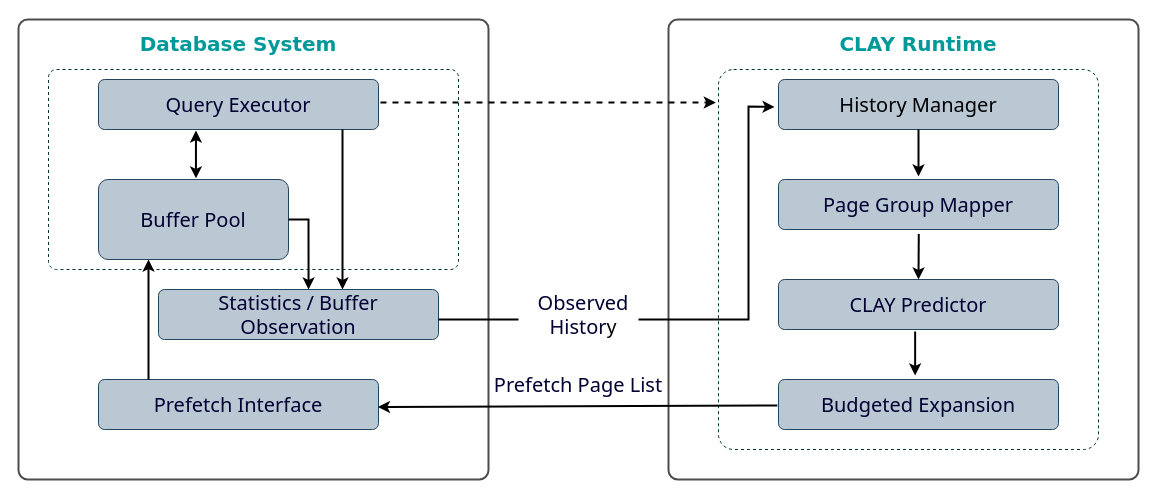
zybzyb-123/ZYB keeps this draw.io diagram as 系统框图.drawio. Above is the earlier version. Source tidied: cells renumbered, new cells numbered last; positions are measured from the earlier drawing's top-left corner, leaving out a move shared by most shapes. Both pictures are drawn from the tidied source at 100%, with x=0, y=0 at pixel (18, 19).
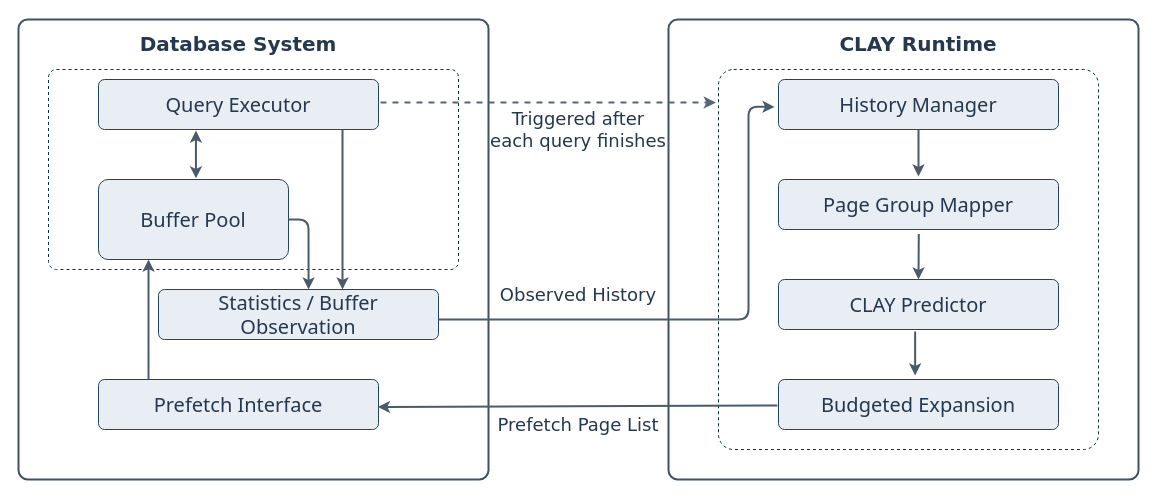
Above is the later version.

Commit message:
更新系统框图.drawio

What changed in the source:
```diff
@@
-    <mxCell id="2" style="rounded=1;whiteSpace=wrap;html=1;strokeColor=#4D4D4D;align=center;verticalAlign=middle;fontFamily=Helvetica;fontSize=12;fontColor=default;fillColor=default;arcSize=2;strokeWidth=2;" parent="1" vertex="1">
+    <mxCell id="2" style="rounded=1;whiteSpace=wrap;html=1;strokeColor=#3E5167;align=center;verticalAlign=middle;fontFamily=Helvetica;fontSize=12;fontColor=#24384F;fillColor=default;arcSize=2;strokeWidth=2;" parent="1" vertex="1">
       <mxGeometry x="650" width="470" height="460" as="geometry" />
     </mxCell>
-    <mxCell id="3" style="rounded=1;whiteSpace=wrap;html=1;strokeColor=#003333;align=center;verticalAlign=middle;fontFamily=Helvetica;fontSize=12;fontColor=default;fillColor=default;arcSize=4;dashed=1;" parent="1" vertex="1">
+    <mxCell id="3" style="rounded=1;whiteSpace=wrap;html=1;strokeColor=#003333;align=center;verticalAlign=middle;fontFamily=Helvetica;fontSize=12;fontColor=#24384F;fillColor=default;arcSize=4;dashed=1;" parent="1" vertex="1">
       <mxGeometry x="700" y="50" width="380" height="380" as="geometry" />
     </mxCell>
-    <mxCell id="4" style="rounded=1;whiteSpace=wrap;html=1;strokeColor=#4D4D4D;align=center;verticalAlign=middle;fontFamily=Helvetica;fontSize=12;fontColor=default;fillColor=default;arcSize=2;strokeWidth=2;" parent="1" vertex="1">
+    <mxCell id="4" style="rounded=1;whiteSpace=wrap;html=1;strokeColor=#3E5167;align=center;verticalAlign=middle;fontFamily=Helvetica;fontSize=12;fontColor=#24384F;fillColor=default;arcSize=2;strokeWidth=2;" parent="1" vertex="1">
       <mxGeometry width="470" height="460" as="geometry" />
     </mxCell>
-    <mxCell id="5" style="rounded=1;whiteSpace=wrap;html=1;strokeColor=#003333;align=center;verticalAlign=middle;fontFamily=Helvetica;fontSize=12;fontColor=default;fillColor=default;arcSize=4;dashed=1;" parent="1" vertex="1">
+    <mxCell id="5" style="rounded=1;whiteSpace=wrap;html=1;strokeColor=#003333;align=center;verticalAlign=middle;fontFamily=Helvetica;fontSize=12;fontColor=#24384F;fillColor=default;arcSize=4;dashed=1;" parent="1" vertex="1">
       <mxGeometry x="30" y="50" width="410" height="200" as="geometry" />
     </mxCell>
-    <mxCell id="6" value="&lt;p&gt;&lt;font style=&quot;font-size: 20px; color: rgb(0, 0, 51);&quot;&gt;Query Executor&lt;/font&gt;&lt;/p&gt;" style="rounded=1;whiteSpace=wrap;html=1;strokeColor=#23445d;align=center;verticalAlign=middle;fontFamily=Tahoma;fontSize=12;fillColor=#bac8d3;arcSize=12;" parent="1" vertex="1">
+    <mxCell id="6" value="&lt;p&gt;&lt;font style=&quot;font-size: 20px; color: rgb(36, 56, 79);&quot;&gt;Query Executor&lt;/font&gt;&lt;/p&gt;" style="rounded=1;whiteSpace=wrap;html=1;strokeColor=#23445d;align=center;verticalAlign=middle;fontFamily=Tahoma;fontSize=12;fillColor=#E9EEF4;arcSize=12;fontColor=#24384F;" parent="1" vertex="1">
       <mxGeometry x="80" y="60" width="280" height="50" as="geometry" />
     </mxCell>
-    <mxCell id="7" value="&lt;font style=&quot;font-size: 20px; color: rgb(0, 0, 51);&quot;&gt;Buffer Pool&lt;/font&gt;" style="rounded=1;whiteSpace=wrap;html=1;strokeColor=#23445d;align=center;verticalAlign=middle;fontFamily=Tahoma;fontSize=12;fillColor=#bac8d3;arcSize=12;" parent="1" vertex="1">
+    <mxCell id="7" value="&lt;font style=&quot;font-size: 20px; color: rgb(36, 56, 79);&quot;&gt;Buffer Pool&lt;/font&gt;" style="rounded=1;whiteSpace=wrap;html=1;strokeColor=#23445d;align=center;verticalAlign=middle;fontFamily=Tahoma;fontSize=12;fillColor=#E9EEF4;arcSize=12;fontColor=#24384F;" parent="1" vertex="1">
       <mxGeometry x="80" y="160" width="190" height="80" as="geometry" />
     </mxCell>
-    <mxCell id="8" value="&lt;font style=&quot;font-size: 20px; color: rgb(0, 0, 51);&quot;&gt;Statistics / Buffer Observation&lt;/font&gt;" style="rounded=1;whiteSpace=wrap;html=1;strokeColor=#23445d;align=center;verticalAlign=middle;fontFamily=Tahoma;fontSize=12;fillColor=#bac8d3;arcSize=12;" parent="1" vertex="1">
+    <mxCell id="8" value="&lt;font style=&quot;font-size: 20px; color: rgb(36, 56, 79);&quot;&gt;Statistics / Buffer Observation&lt;/font&gt;" style="rounded=1;whiteSpace=wrap;html=1;strokeColor=#23445d;align=center;verticalAlign=middle;fontFamily=Tahoma;fontSize=12;fillColor=#E9EEF4;arcSize=12;fontColor=#24384F;" parent="1" vertex="1">
       <mxGeometry x="140" y="270" width="280" height="50" as="geometry" />
     </mxCell>
-    <mxCell id="9" value="&lt;font style=&quot;font-size: 20px; color: rgb(0, 0, 51);&quot;&gt;Prefetch Interface&lt;/font&gt;" style="rounded=1;whiteSpace=wrap;html=1;strokeColor=#23445d;align=center;verticalAlign=middle;fontFamily=Tahoma;fontSize=12;fillColor=#bac8d3;arcSize=12;" parent="1" vertex="1">
+    <mxCell id="9" value="&lt;font style=&quot;font-size: 20px; color: rgb(36, 56, 79);&quot;&gt;Prefetch Interface&lt;/font&gt;" style="rounded=1;whiteSpace=wrap;html=1;strokeColor=#23445d;align=center;verticalAlign=middle;fontFamily=Tahoma;fontSize=12;fillColor=#E9EEF4;arcSize=12;fontColor=#24384F;" parent="1" vertex="1">
       <mxGeometry x="80" y="360" width="280" height="50" as="geometry" />
     </mxCell>
-    <mxCell id="10" value="&lt;font style=&quot;font-size: 20px;&quot;&gt;History Manager&lt;/font&gt;" style="rounded=1;whiteSpace=wrap;html=1;strokeColor=#23445d;align=center;verticalAlign=middle;fontFamily=Tahoma;fontSize=12;fillColor=#bac8d3;arcSize=12;" parent="1" vertex="1">
+    <mxCell id="10" value="&lt;font style=&quot;font-size: 20px; color: rgb(36, 56, 79);&quot;&gt;History Manager&lt;/font&gt;" style="rounded=1;whiteSpace=wrap;html=1;strokeColor=#23445d;align=center;verticalAlign=middle;fontFamily=Tahoma;fontSize=12;fillColor=#E9EEF4;arcSize=12;fontColor=#24384F;" parent="1" vertex="1">
       <mxGeometry x="760" y="60" width="280" height="50" as="geometry" />
     </mxCell>
-    <mxCell id="11" value="&lt;font style=&quot;font-size: 20px; color: rgb(0, 0, 51);&quot;&gt;Page Group Mapper&lt;/font&gt;" style="rounded=1;whiteSpace=wrap;html=1;strokeColor=#23445d;align=center;verticalAlign=middle;fontFamily=Tahoma;fontSize=12;fillColor=#bac8d3;arcSize=12;" parent="1" vertex="1">
+    <mxCell id="11" value="&lt;font style=&quot;font-size: 20px; color: rgb(36, 56, 79);&quot;&gt;Page Group Mapper&lt;/font&gt;" style="rounded=1;whiteSpace=wrap;html=1;strokeColor=#23445d;align=center;verticalAlign=middle;fontFamily=Tahoma;fontSize=12;fillColor=#E9EEF4;arcSize=12;fontColor=#24384F;" parent="1" vertex="1">
       <mxGeometry x="760" y="160" width="280" height="50" as="geometry" />
     </mxCell>
-    <mxCell id="12" value="&lt;font style=&quot;font-size: 20px; color: rgb(0, 0, 51);&quot;&gt;CLAY Predictor&lt;/font&gt;" style="rounded=1;whiteSpace=wrap;html=1;strokeColor=#23445d;align=center;verticalAlign=middle;fontFamily=Tahoma;fontSize=12;fillColor=#bac8d3;arcSize=12;" parent="1" vertex="1">
+    <mxCell id="12" value="&lt;font style=&quot;font-size: 20px; color: rgb(36, 56, 79);&quot;&gt;CLAY Predictor&lt;/font&gt;" style="rounded=1;whiteSpace=wrap;html=1;strokeColor=#23445d;align=center;verticalAlign=middle;fontFamily=Tahoma;fontSize=12;fillColor=#E9EEF4;arcSize=12;fontColor=#24384F;" parent="1" vertex="1">
       <mxGeometry x="760" y="260" width="280" height="50" as="geometry" />
     </mxCell>
-    <mxCell id="13" value="&lt;font style=&quot;font-size: 20px; color: rgb(0, 0, 51);&quot;&gt;Budgeted Expansion&lt;/font&gt;" style="rounded=1;whiteSpace=wrap;html=1;strokeColor=#23445d;align=center;verticalAlign=middle;fontFamily=Tahoma;fontSize=12;fillColor=#bac8d3;arcSize=12;" parent="1" vertex="1">
+    <mxCell id="13" value="&lt;font style=&quot;font-size: 20px; color: rgb(36, 56, 79);&quot;&gt;Budgeted Expansion&lt;/font&gt;" style="rounded=1;whiteSpace=wrap;html=1;strokeColor=#23445d;align=center;verticalAlign=middle;fontFamily=Tahoma;fontSize=12;fillColor=#E9EEF4;arcSize=12;fontColor=#24384F;" parent="1" vertex="1">
       <mxGeometry x="760" y="360" width="280" height="50" as="geometry" />
     </mxCell>
-    <mxCell id="14" value="&lt;h2&gt;&lt;span style=&quot;font-size: 20px;&quot;&gt;&lt;font style=&quot;color: rgb(0, 153, 153);&quot; face=&quot;Verdana&quot;&gt;Database System&lt;/font&gt;&lt;/span&gt;&lt;/h2&gt;" style="text;html=1;whiteSpace=wrap;strokeColor=none;fillColor=none;align=center;verticalAlign=middle;rounded=0;fontFamily=Helvetica;fontSize=12;fontColor=default;" parent="1" vertex="1">
+    <mxCell id="14" value="&lt;h2&gt;&lt;span style=&quot;font-size: 20px;&quot;&gt;&lt;font style=&quot;&quot; face=&quot;Verdana&quot;&gt;Database System&lt;/font&gt;&lt;/span&gt;&lt;/h2&gt;" style="text;html=1;whiteSpace=wrap;strokeColor=none;fillColor=none;align=center;verticalAlign=middle;rounded=1;fontFamily=Helvetica;fontSize=12;fontColor=#24384F;" parent="1" vertex="1">
       <mxGeometry x="120" y="10" width="200" height="30" as="geometry" />
     </mxCell>
-    <mxCell id="15" value="&lt;h2&gt;&lt;font style=&quot;font-size: 20px; color: rgb(0, 153, 153);&quot; face=&quot;Verdana&quot;&gt;CLAY Runtime&lt;/font&gt;&lt;/h2&gt;" style="text;html=1;whiteSpace=wrap;strokeColor=none;fillColor=none;align=center;verticalAlign=middle;rounded=0;fontFamily=Helvetica;fontSize=12;fontColor=default;" parent="1" vertex="1">
+    <mxCell id="15" value="&lt;h2&gt;&lt;font style=&quot;font-size: 20px;&quot; face=&quot;Verdana&quot;&gt;CLAY Runtime&lt;/font&gt;&lt;/h2&gt;" style="text;html=1;whiteSpace=wrap;strokeColor=none;fillColor=none;align=center;verticalAlign=middle;rounded=1;fontFamily=Helvetica;fontSize=12;fontColor=#24384F;" parent="1" vertex="1">
       <mxGeometry x="800" y="10" width="200" height="30" as="geometry" />
     </mxCell>
-    <mxCell id="16" style="endArrow=classic;startArrow=classic;html=1;rounded=0;fontFamily=Helvetica;fontSize=12;fontColor=default;strokeWidth=2;exitX=0.513;exitY=-0.014;exitDx=0;exitDy=0;exitPerimeter=0;entryX=0.348;entryY=1.02;entryDx=0;entryDy=0;entryPerimeter=0;" parent="1" edge="1" source="7" target="6">
+    <mxCell id="16" style="endArrow=classic;startArrow=classic;html=1;rounded=1;fontFamily=Helvetica;fontSize=12;fontColor=#24384F;strokeWidth=2;exitX=0.513;exitY=-0.014;exitDx=0;exitDy=0;exitPerimeter=0;entryX=0.348;entryY=1.02;entryDx=0;entryDy=0;entryPerimeter=0;strokeColor=#495B6C;" parent="1" edge="1" source="7" target="6">
       <mxGeometry relative="1" as="geometry" />
     </mxCell>
-    <mxCell id="17" style="endArrow=classic;html=1;rounded=0;fontFamily=Helvetica;fontSize=12;fontColor=default;strokeWidth=2;" parent="1" edge="1">
+    <mxCell id="17" style="endArrow=classic;html=1;rounded=1;fontFamily=Helvetica;fontSize=12;fontColor=#24384F;strokeWidth=2;strokeColor=#495B6C;" parent="1" edge="1">
       <mxGeometry relative="1" as="geometry">
         <mxPoint x="324" y="110" as="sourcePoint" />
         <mxPoint x="324" y="270" as="targetPoint" />
       </mxGeometry>
     </mxCell>
-    <mxCell id="18" style="endArrow=classic;html=1;rounded=0;fontFamily=Helvetica;fontSize=12;fontColor=default;entryX=0.536;entryY=0;entryDx=0;entryDy=0;entryPerimeter=0;strokeWidth=2;" parent="1" edge="1" target="8">
+    <mxCell id="18" style="endArrow=classic;html=1;rounded=1;fontFamily=Helvetica;fontSize=12;fontColor=#24384F;entryX=0.536;entryY=0;entryDx=0;entryDy=0;entryPerimeter=0;strokeWidth=2;strokeColor=#495B6C;" parent="1" edge="1" target="8">
       <mxGeometry relative="1" as="geometry">
         <mxPoint x="270" y="200" as="sourcePoint" />
         <Array as="points">
           <mxPoint x="290" y="200" />
         </Array>
       </mxGeometry>
     </mxCell>
-    <mxCell id="19" style="endArrow=classic;html=1;rounded=0;fontFamily=Helvetica;fontSize=12;fontColor=default;strokeWidth=2;" parent="1" edge="1">
+    <mxCell id="19" style="endArrow=classic;html=1;rounded=1;fontFamily=Helvetica;fontSize=12;fontColor=#24384F;strokeWidth=2;strokeColor=#495B6C;" parent="1" edge="1">
       <mxGeometry relative="1" as="geometry">
         <mxPoint x="130" y="360" as="sourcePoint" />
         <mxPoint x="130" y="240" as="targetPoint" />
       </mxGeometry>
     </mxCell>
-    <mxCell id="20" style="endArrow=classic;html=1;rounded=0;fontFamily=Helvetica;fontSize=12;fontColor=default;entryX=-0.014;entryY=0.549;entryDx=0;entryDy=0;entryPerimeter=0;strokeWidth=2;" parent="1" edge="1" target="10">
+    <mxCell id="20" style="endArrow=classic;html=1;rounded=1;fontFamily=Helvetica;fontSize=12;fontColor=#24384F;entryX=-0.014;entryY=0.549;entryDx=0;entryDy=0;entryPerimeter=0;strokeWidth=2;strokeColor=#495B6C;" parent="1" edge="1" target="10">
       <mxGeometry relative="1" as="geometry">
         <mxPoint x="420" y="300" as="sourcePoint" />
         <Array as="points">
           <mxPoint x="580" y="300" />
           <mxPoint x="670" y="300" />
           <mxPoint x="730" y="300" />
           <mxPoint x="730" y="200" />
           <mxPoint x="730" y="87" />
         </Array>
       </mxGeometry>
     </mxCell>
-    <mxCell id="21" style="rounded=0;whiteSpace=wrap;html=1;strokeColor=none;align=center;verticalAlign=middle;fontFamily=Helvetica;fontSize=12;fontColor=default;fillColor=default;" parent="1" vertex="1">
-      <mxGeometry x="500" y="260" width="120" height="60" as="geometry" />
-    </mxCell>
-    <mxCell id="22" value="&lt;p&gt;&lt;font style=&quot;font-size: 20px;&quot;&gt;&lt;font style=&quot;color: rgb(0, 0, 51);&quot; face=&quot;Tahoma&quot;&gt;Observed Histor&lt;/font&gt;y&lt;/font&gt;&lt;/p&gt;" style="text;html=1;whiteSpace=wrap;strokeColor=none;fillColor=none;align=center;verticalAlign=middle;rounded=0;fontFamily=Helvetica;fontSize=12;fontColor=default;" parent="1" vertex="1">
-      <mxGeometry x="520" y="260" width="90" height="70" as="geometry" />
+    <mxCell id="22" value="&lt;p&gt;&lt;font style=&quot;font-size: 18px; color: rgb(36, 56, 79);&quot; face=&quot;Verdana&quot;&gt;&lt;font style=&quot;&quot;&gt;Observed Histor&lt;/font&gt;y&lt;/font&gt;&lt;/p&gt;" style="text;html=1;whiteSpace=wrap;strokeColor=none;fillColor=none;align=center;verticalAlign=middle;rounded=1;fontFamily=Helvetica;fontSize=12;fontColor=#24384F;" parent="1" vertex="1">
+      <mxGeometry x="470" y="240" width="180" height="70" as="geometry" />
     </mxCell>
-    <mxCell id="23" style="endArrow=classic;html=1;rounded=0;fontFamily=Helvetica;fontSize=12;fontColor=default;strokeWidth=2;" parent="1" edge="1">
+    <mxCell id="23" style="endArrow=classic;html=1;rounded=1;fontFamily=Helvetica;fontSize=12;fontColor=#24384F;strokeWidth=2;strokeColor=#495B6C;" parent="1" edge="1">
       <mxGeometry relative="1" as="geometry">
         <mxPoint x="900" y="110" as="sourcePoint" />
         <mxPoint x="900" y="157" as="targetPoint" />
       </mxGeometry>
     </mxCell>
-    <mxCell id="24" style="endArrow=classic;html=1;rounded=0;fontFamily=Helvetica;fontSize=12;fontColor=default;strokeWidth=2;exitX=0.501;exitY=1.091;exitDx=0;exitDy=0;exitPerimeter=0;entryX=0.5;entryY=0;entryDx=0;entryDy=0;entryPerimeter=0;" parent="1" edge="1" source="11" target="12">
+    <mxCell id="24" style="endArrow=classic;html=1;rounded=1;fontFamily=Helvetica;fontSize=12;fontColor=#24384F;strokeWidth=2;exitX=0.501;exitY=1.091;exitDx=0;exitDy=0;exitPerimeter=0;entryX=0.5;entryY=0;entryDx=0;entryDy=0;entryPerimeter=0;strokeColor=#495B6C;" parent="1" edge="1" source="11" target="12">
       <mxGeometry relative="1" as="geometry" />
     </mxCell>
-    <mxCell id="25" style="endArrow=classic;html=1;rounded=0;fontFamily=Helvetica;fontSize=12;fontColor=default;strokeWidth=2;entryX=0.488;entryY=-0.08;entryDx=0;entryDy=0;entryPerimeter=0;exitX=0.488;exitY=1.04;exitDx=0;exitDy=0;exitPerimeter=0;" parent="1" edge="1" source="12" target="13">
+    <mxCell id="25" style="endArrow=classic;html=1;rounded=1;fontFamily=Helvetica;fontSize=12;fontColor=#24384F;strokeWidth=2;entryX=0.488;entryY=-0.08;entryDx=0;entryDy=0;entryPerimeter=0;exitX=0.488;exitY=1.04;exitDx=0;exitDy=0;exitPerimeter=0;strokeColor=#495B6C;" parent="1" edge="1" source="12" target="13">
       <mxGeometry relative="1" as="geometry" />
     </mxCell>
-    <mxCell id="26" style="endArrow=classic;html=1;rounded=0;fontFamily=Helvetica;fontSize=12;fontColor=default;entryX=0.998;entryY=0.549;entryDx=0;entryDy=0;entryPerimeter=0;exitX=-0.004;exitY=0.52;exitDx=0;exitDy=0;exitPerimeter=0;strokeWidth=2;" parent="1" edge="1" source="13" target="9">
+    <mxCell id="26" style="endArrow=classic;html=1;rounded=1;fontFamily=Helvetica;fontSize=12;fontColor=#24384F;entryX=0.998;entryY=0.549;entryDx=0;entryDy=0;entryPerimeter=0;exitX=-0.004;exitY=0.52;exitDx=0;exitDy=0;exitPerimeter=0;strokeWidth=2;strokeColor=#495B6C;" parent="1" edge="1" source="13" target="9">
       <mxGeometry relative="1" as="geometry" />
     </mxCell>
-    <mxCell id="27" value="&lt;p&gt;&lt;font style=&quot;font-size: 20px; color: rgb(0, 0, 51);&quot; face=&quot;Tahoma&quot;&gt;Prefetch Page List&lt;/font&gt;&lt;/p&gt;" style="text;html=1;whiteSpace=wrap;strokeColor=none;fillColor=none;align=center;verticalAlign=middle;rounded=0;fontFamily=Helvetica;fontSize=12;fontColor=default;" parent="1" vertex="1">
-      <mxGeometry x="450" y="330" width="220" height="70" as="geometry" />
+    <mxCell id="27" value="&lt;p&gt;&lt;font style=&quot;font-size: 18px; color: rgb(36, 56, 79);&quot; face=&quot;Verdana&quot;&gt;Prefetch Page List&lt;/font&gt;&lt;/p&gt;" style="text;html=1;whiteSpace=wrap;strokeColor=none;fillColor=none;align=center;verticalAlign=middle;rounded=1;fontFamily=Helvetica;fontSize=12;fontColor=#24384F;" parent="1" vertex="1">
+      <mxGeometry x="450" y="370" width="220" height="70" as="geometry" />
     </mxCell>
-    <mxCell id="28" style="endArrow=classic;html=1;rounded=0;fontFamily=Helvetica;fontSize=12;fontColor=default;entryX=-0.007;entryY=0.087;entryDx=0;entryDy=0;entryPerimeter=0;strokeWidth=2;dashed=1;" parent="1" edge="1" target="3">
+    <mxCell id="28" style="endArrow=classic;html=1;rounded=1;fontFamily=Helvetica;fontSize=12;fontColor=#24384F;entryX=-0.007;entryY=0.087;entryDx=0;entryDy=0;entryPerimeter=0;strokeWidth=2;dashed=1;strokeColor=#56667C;" parent="1" edge="1" target="3">
       <mxGeometry relative="1" as="geometry">
         <mxPoint x="362" y="83" as="sourcePoint" />
       </mxGeometry>
     </mxCell>
+    <mxCell id="29" value="&lt;font style=&quot;font-size: 18px; color: rgb(36, 56, 79);&quot; face=&quot;Verdana&quot;&gt;Triggered after each query finishes&lt;/font&gt;" style="text;html=1;whiteSpace=wrap;strokeColor=none;fillColor=none;align=center;verticalAlign=middle;rounded=1;fontFamily=Helvetica;fontSize=12;fontColor=#24384F;" parent="1" vertex="1">
+      <mxGeometry x="470" y="80" width="180" height="60" as="geometry" />
+    </mxCell>
```
